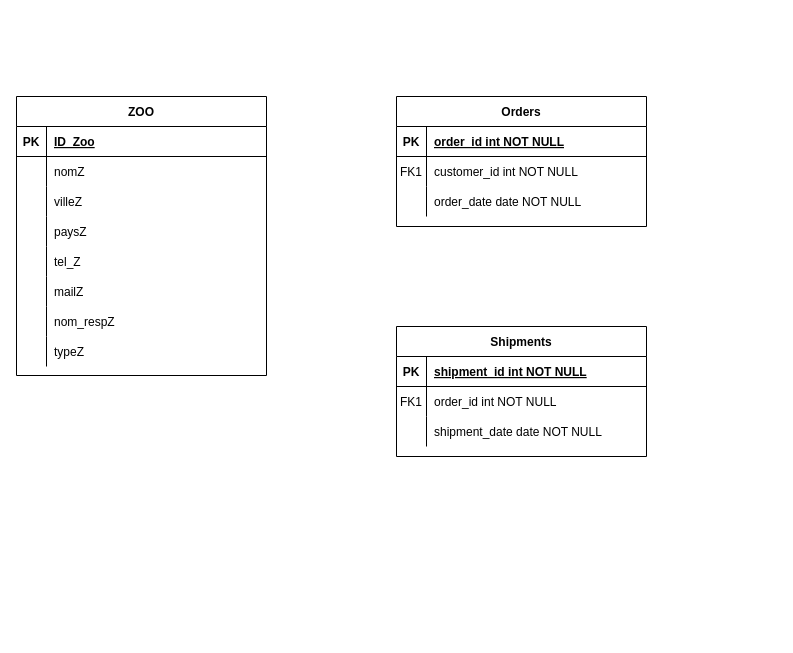
Before: A_SAE.drawio in Jujua31/SAE_BD, a draw.io diagram. Source tidied: cells renumbered, new cells numbered last; positions are measured from the earlier drawing's top-left corner, leaving out a move shared by most shapes. Both pictures are drawn from the tidied source at 100%, with x=0, y=0 at pixel (16, 96).
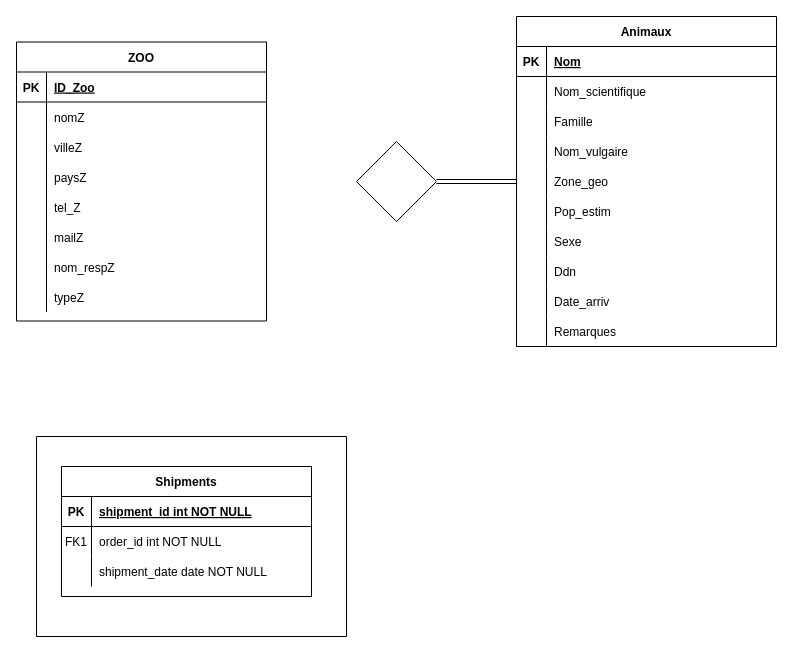
Above is the later version.

Commit message:
Mettre à jour A_SAE.drawio

Diff of the diagram source:
```diff
@@
+    <mxCell id="47" style="rounded=0;jettySize=auto;html=1;shape=link;" parent="1" edge="1" source="2" target="70">
+      <mxGeometry relative="1" as="geometry" />
+    </mxCell>
-    <mxCell id="2" value="Orders" style="shape=table;startSize=30;childLayout=tableLayout;rowLines=0;fontStyle=1;align=center;" parent="1" vertex="1">
-      <mxGeometry x="380" width="250" height="130" as="geometry" />
+    <mxCell id="2" value="Animaux" style="shape=table;startSize=30;childLayout=tableLayout;rowLines=0;fontStyle=1;align=center;" parent="1" vertex="1">
+      <mxGeometry x="500" y="-80" width="260" height="330" as="geometry" />
     </mxCell>
     <mxCell id="3" style="shape=partialRectangle;fillColor=none;top=0;left=0;right=0;bottom=1;" parent="2" vertex="1">
-      <mxGeometry y="30" width="250" height="30" as="geometry" />
+      <mxGeometry y="30" width="260" height="30" as="geometry" />
     </mxCell>
@@
-    <mxCell id="5" value="order_id int NOT NULL " style="shape=partialRectangle;overflow=hidden;fillColor=none;top=0;left=0;bottom=0;right=0;align=left;spacingLeft=6;fontStyle=5;" parent="3" vertex="1">
-      <mxGeometry x="30" width="220" height="30" as="geometry" />
+    <mxCell id="5" value="Nom" style="shape=partialRectangle;overflow=hidden;fillColor=none;top=0;left=0;bottom=0;right=0;align=left;spacingLeft=6;fontStyle=5;" parent="3" vertex="1">
+      <mxGeometry x="30" width="230" height="30" as="geometry" />
     </mxCell>
     <mxCell id="6" style="shape=partialRectangle;fillColor=none;top=0;left=0;right=0;bottom=0;" parent="2" vertex="1">
-      <mxGeometry y="60" width="250" height="30" as="geometry" />
+      <mxGeometry y="60" width="260" height="30" as="geometry" />
     </mxCell>
-    <mxCell id="7" value="FK1" style="shape=partialRectangle;overflow=hidden;fillColor=none;top=0;left=0;bottom=0;right=0;" parent="6" vertex="1">
+    <mxCell id="7" style="shape=partialRectangle;overflow=hidden;fillColor=none;top=0;left=0;bottom=0;right=0;" parent="6" vertex="1">
       <mxGeometry width="30" height="30" as="geometry" />
     </mxCell>
-    <mxCell id="8" value="customer_id int NOT NULL" style="shape=partialRectangle;overflow=hidden;fillColor=none;top=0;left=0;bottom=0;right=0;align=left;spacingLeft=6;" parent="6" vertex="1">
-      <mxGeometry x="30" width="220" height="30" as="geometry" />
+    <mxCell id="8" value="Nom_scientifique" style="shape=partialRectangle;overflow=hidden;fillColor=none;top=0;left=0;bottom=0;right=0;align=left;spacingLeft=6;" parent="6" vertex="1">
+      <mxGeometry x="30" width="230" height="30" as="geometry" />
     </mxCell>
     <mxCell id="9" style="shape=partialRectangle;fillColor=none;top=0;left=0;right=0;bottom=0;" parent="2" vertex="1">
-      <mxGeometry y="90" width="250" height="30" as="geometry" />
+      <mxGeometry y="90" width="260" height="30" as="geometry" />
     </mxCell>
@@
-    <mxCell id="11" value="order_date date NOT NULL" style="shape=partialRectangle;overflow=hidden;fillColor=none;top=0;left=0;bottom=0;right=0;align=left;spacingLeft=6;" parent="9" vertex="1">
-      <mxGeometry x="30" width="220" height="30" as="geometry" />
+    <mxCell id="11" value="Famille" style="shape=partialRectangle;overflow=hidden;fillColor=none;top=0;left=0;bottom=0;right=0;align=left;spacingLeft=6;" parent="9" vertex="1">
+      <mxGeometry x="30" width="230" height="30" as="geometry" />
     </mxCell>
-    <mxCell id="12" value="Shipments" style="shape=table;startSize=30;childLayout=tableLayout;rowLines=0;fontStyle=1;align=center;" parent="1" vertex="1">
-      <mxGeometry x="380" y="230" width="250" height="130" as="geometry" />
-    </mxCell>
-    <mxCell id="13" style="shape=partialRectangle;fillColor=none;top=0;left=0;right=0;bottom=1;" parent="12" vertex="1">
-      <mxGeometry y="30" width="250" height="30" as="geometry" />
-    </mxCell>
-    <mxCell id="14" value="PK" style="shape=partialRectangle;overflow=hidden;fillColor=none;top=0;left=0;bottom=0;right=0;fontStyle=1;" parent="13" vertex="1">
-      <mxGeometry width="30" height="30" as="geometry" />
-    </mxCell>
-    <mxCell id="15" value="shipment_id int NOT NULL " style="shape=partialRectangle;overflow=hidden;fillColor=none;top=0;left=0;bottom=0;right=0;align=left;spacingLeft=6;fontStyle=5;" parent="13" vertex="1">
-      <mxGeometry x="30" width="220" height="30" as="geometry" />
-    </mxCell>
-    <mxCell id="16" style="shape=partialRectangle;fillColor=none;top=0;left=0;right=0;bottom=0;" parent="12" vertex="1">
-      <mxGeometry y="60" width="250" height="30" as="geometry" />
-    </mxCell>
-    <mxCell id="17" value="FK1" style="shape=partialRectangle;overflow=hidden;fillColor=none;top=0;left=0;bottom=0;right=0;" parent="16" vertex="1">
-      <mxGeometry width="30" height="30" as="geometry" />
-    </mxCell>
-    <mxCell id="18" value="order_id int NOT NULL" style="shape=partialRectangle;overflow=hidden;fillColor=none;top=0;left=0;bottom=0;right=0;align=left;spacingLeft=6;" parent="16" vertex="1">
-      <mxGeometry x="30" width="220" height="30" as="geometry" />
-    </mxCell>
-    <mxCell id="19" style="shape=partialRectangle;fillColor=none;top=0;left=0;right=0;bottom=0;" parent="12" vertex="1">
-      <mxGeometry y="90" width="250" height="30" as="geometry" />
-    </mxCell>
-    <mxCell id="20" style="shape=partialRectangle;overflow=hidden;fillColor=none;top=0;left=0;bottom=0;right=0;" parent="19" vertex="1">
-      <mxGeometry width="30" height="30" as="geometry" />
-    </mxCell>
-    <mxCell id="21" value="shipment_date date NOT NULL" style="shape=partialRectangle;overflow=hidden;fillColor=none;top=0;left=0;bottom=0;right=0;align=left;spacingLeft=6;" parent="19" vertex="1">
-      <mxGeometry x="30" width="220" height="30" as="geometry" />
-    </mxCell>
+    <mxCell id="48" style="shape=partialRectangle;fillColor=none;top=0;left=0;right=0;bottom=0;" parent="2" vertex="1">
+      <mxGeometry y="120" width="260" height="30" as="geometry" />
+    </mxCell>
+    <mxCell id="49" style="shape=partialRectangle;overflow=hidden;fillColor=none;top=0;left=0;bottom=0;right=0;" parent="48" vertex="1">
+      <mxGeometry width="30" height="30" as="geometry" />
+    </mxCell>
+    <mxCell id="50" value="Nom_vulgaire" style="shape=partialRectangle;overflow=hidden;fillColor=none;top=0;left=0;bottom=0;right=0;align=left;spacingLeft=6;" parent="48" vertex="1">
+      <mxGeometry x="30" width="230" height="30" as="geometry" />
+    </mxCell>
+    <mxCell id="51" style="shape=partialRectangle;fillColor=none;top=0;left=0;right=0;bottom=0;" parent="2" vertex="1">
+      <mxGeometry y="150" width="260" height="30" as="geometry" />
+    </mxCell>
+    <mxCell id="52" style="shape=partialRectangle;overflow=hidden;fillColor=none;top=0;left=0;bottom=0;right=0;" parent="51" vertex="1">
+      <mxGeometry width="30" height="30" as="geometry" />
+    </mxCell>
+    <mxCell id="53" value="Zone_geo" style="shape=partialRectangle;overflow=hidden;fillColor=none;top=0;left=0;bottom=0;right=0;align=left;spacingLeft=6;" parent="51" vertex="1">
+      <mxGeometry x="30" width="230" height="30" as="geometry" />
+    </mxCell>
+    <mxCell id="54" style="shape=partialRectangle;fillColor=none;top=0;left=0;right=0;bottom=0;" parent="2" vertex="1">
+      <mxGeometry y="180" width="260" height="30" as="geometry" />
+    </mxCell>
+    <mxCell id="55" style="shape=partialRectangle;overflow=hidden;fillColor=none;top=0;left=0;bottom=0;right=0;" parent="54" vertex="1">
+      <mxGeometry width="30" height="30" as="geometry" />
+    </mxCell>
+    <mxCell id="56" value="Pop_estim" style="shape=partialRectangle;overflow=hidden;fillColor=none;top=0;left=0;bottom=0;right=0;align=left;spacingLeft=6;" parent="54" vertex="1">
+      <mxGeometry x="30" width="230" height="30" as="geometry" />
+    </mxCell>
+    <mxCell id="57" style="shape=partialRectangle;fillColor=none;top=0;left=0;right=0;bottom=0;" parent="2" vertex="1">
+      <mxGeometry y="210" width="260" height="30" as="geometry" />
+    </mxCell>
+    <mxCell id="58" style="shape=partialRectangle;overflow=hidden;fillColor=none;top=0;left=0;bottom=0;right=0;" parent="57" vertex="1">
+      <mxGeometry width="30" height="30" as="geometry" />
+    </mxCell>
+    <mxCell id="59" value="Sexe" style="shape=partialRectangle;overflow=hidden;fillColor=none;top=0;left=0;bottom=0;right=0;align=left;spacingLeft=6;" parent="57" vertex="1">
+      <mxGeometry x="30" width="230" height="30" as="geometry" />
+    </mxCell>
+    <mxCell id="60" style="shape=partialRectangle;fillColor=none;top=0;left=0;right=0;bottom=0;" parent="2" vertex="1">
+      <mxGeometry y="240" width="260" height="30" as="geometry" />
+    </mxCell>
+    <mxCell id="61" style="shape=partialRectangle;overflow=hidden;fillColor=none;top=0;left=0;bottom=0;right=0;" parent="60" vertex="1">
+      <mxGeometry width="30" height="30" as="geometry" />
+    </mxCell>
+    <mxCell id="62" value="Ddn" style="shape=partialRectangle;overflow=hidden;fillColor=none;top=0;left=0;bottom=0;right=0;align=left;spacingLeft=6;" parent="60" vertex="1">
+      <mxGeometry x="30" width="230" height="30" as="geometry" />
+    </mxCell>
+    <mxCell id="63" style="shape=partialRectangle;fillColor=none;top=0;left=0;right=0;bottom=0;" parent="2" vertex="1">
+      <mxGeometry y="270" width="260" height="30" as="geometry" />
+    </mxCell>
+    <mxCell id="64" style="shape=partialRectangle;overflow=hidden;fillColor=none;top=0;left=0;bottom=0;right=0;" parent="63" vertex="1">
+      <mxGeometry width="30" height="30" as="geometry" />
+    </mxCell>
+    <mxCell id="65" value="Date_arriv" style="shape=partialRectangle;overflow=hidden;fillColor=none;top=0;left=0;bottom=0;right=0;align=left;spacingLeft=6;" parent="63" vertex="1">
+      <mxGeometry x="30" width="230" height="30" as="geometry" />
+    </mxCell>
+    <mxCell id="66" style="shape=partialRectangle;fillColor=none;top=0;left=0;right=0;bottom=0;" parent="2" vertex="1">
+      <mxGeometry y="300" width="260" height="30" as="geometry" />
+    </mxCell>
+    <mxCell id="67" style="shape=partialRectangle;overflow=hidden;fillColor=none;top=0;left=0;bottom=0;right=0;" parent="66" vertex="1">
+      <mxGeometry width="30" height="30" as="geometry" />
+    </mxCell>
+    <mxCell id="68" value="Remarques" style="shape=partialRectangle;overflow=hidden;fillColor=none;top=0;left=0;bottom=0;right=0;align=left;spacingLeft=6;" parent="66" vertex="1">
+      <mxGeometry x="30" width="230" height="30" as="geometry" />
+    </mxCell>
     <mxCell id="22" value="ZOO" style="shape=table;startSize=30;childLayout=tableLayout;rowLines=0;fontStyle=1;align=center;swimlaneLine=1;" parent="1" vertex="1">
-      <mxGeometry width="250" height="279" as="geometry" />
+      <mxGeometry y="-54.5" width="250" height="279" as="geometry" />
     </mxCell>
@@
+    <mxCell id="69" style="swimlane;startSize=0;" parent="1" vertex="1">
+      <mxGeometry x="20" y="340" width="310" height="200" as="geometry" />
+    </mxCell>
+    <mxCell id="12" value="Shipments" style="shape=table;startSize=30;childLayout=tableLayout;rowLines=0;fontStyle=1;align=center;" parent="69" vertex="1">
+      <mxGeometry x="25" y="30" width="250" height="130" as="geometry" />
+    </mxCell>
+    <mxCell id="13" style="shape=partialRectangle;fillColor=none;top=0;left=0;right=0;bottom=1;" parent="12" vertex="1">
+      <mxGeometry y="30" width="250" height="30" as="geometry" />
+    </mxCell>
+    <mxCell id="14" value="PK" style="shape=partialRectangle;overflow=hidden;fillColor=none;top=0;left=0;bottom=0;right=0;fontStyle=1;" parent="13" vertex="1">
+      <mxGeometry width="30" height="30" as="geometry" />
+    </mxCell>
+    <mxCell id="15" value="shipment_id int NOT NULL " style="shape=partialRectangle;overflow=hidden;fillColor=none;top=0;left=0;bottom=0;right=0;align=left;spacingLeft=6;fontStyle=5;" parent="13" vertex="1">
+      <mxGeometry x="30" width="220" height="30" as="geometry" />
+    </mxCell>
+    <mxCell id="16" style="shape=partialRectangle;fillColor=none;top=0;left=0;right=0;bottom=0;" parent="12" vertex="1">
+      <mxGeometry y="60" width="250" height="30" as="geometry" />
+    </mxCell>
+    <mxCell id="17" value="FK1" style="shape=partialRectangle;overflow=hidden;fillColor=none;top=0;left=0;bottom=0;right=0;" parent="16" vertex="1">
+      <mxGeometry width="30" height="30" as="geometry" />
+    </mxCell>
+    <mxCell id="18" value="order_id int NOT NULL" style="shape=partialRectangle;overflow=hidden;fillColor=none;top=0;left=0;bottom=0;right=0;align=left;spacingLeft=6;" parent="16" vertex="1">
+      <mxGeometry x="30" width="220" height="30" as="geometry" />
+    </mxCell>
+    <mxCell id="19" style="shape=partialRectangle;fillColor=none;top=0;left=0;right=0;bottom=0;" parent="12" vertex="1">
+      <mxGeometry y="90" width="250" height="30" as="geometry" />
+    </mxCell>
+    <mxCell id="20" style="shape=partialRectangle;overflow=hidden;fillColor=none;top=0;left=0;bottom=0;right=0;" parent="19" vertex="1">
+      <mxGeometry width="30" height="30" as="geometry" />
+    </mxCell>
+    <mxCell id="21" value="shipment_date date NOT NULL" style="shape=partialRectangle;overflow=hidden;fillColor=none;top=0;left=0;bottom=0;right=0;align=left;spacingLeft=6;" parent="19" vertex="1">
+      <mxGeometry x="30" width="220" height="30" as="geometry" />
+    </mxCell>
+    <mxCell id="70" style="rhombus;whiteSpace=wrap;html=1;startSize=30;fontStyle=1;" parent="1" vertex="1">
+      <mxGeometry x="340" y="45" width="80" height="80" as="geometry" />
+    </mxCell>
```
